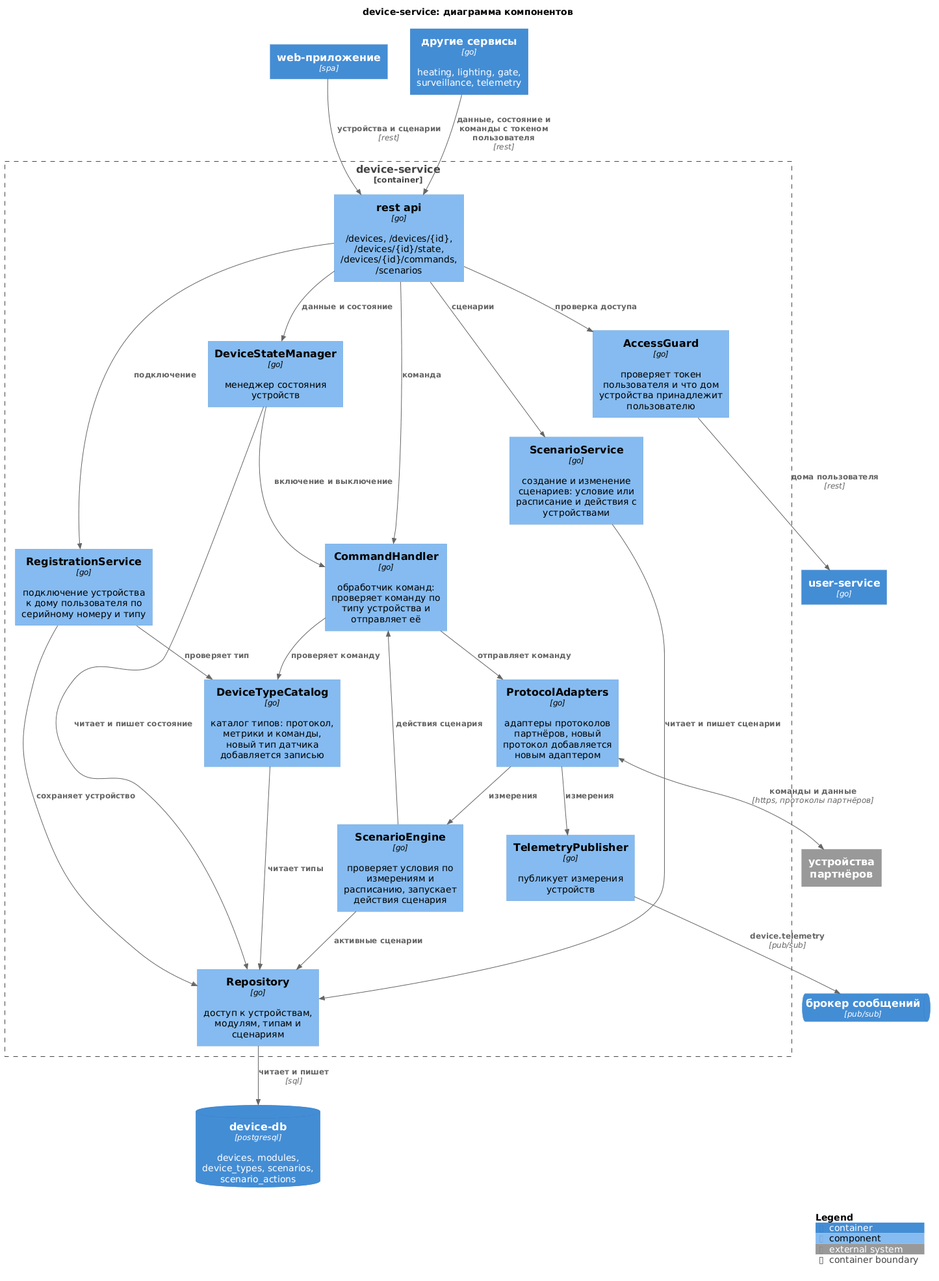
Earlier version of the PlantUML export diagrams/component/device-service.png (Murl1k/arch-sprint-1). The source it was exported from:
```plantuml
@startuml device-service
!include https://raw.githubusercontent.com/plantuml-stdlib/C4-PlantUML/v2.14.0/C4_Component.puml

title device-service: диаграмма компонентов

Container(web, "web-приложение", "spa")
Container(other_svcs, "другие сервисы", "go", "heating, lighting, gate, surveillance, telemetry")
Container(user_svc, "user-service", "go")
System_Ext(devices, "устройства партнёров")
ContainerQueue(broker, "брокер сообщений", "pub/sub")
ContainerDb(db, "device-db", "postgresql", "devices, modules, device_types, scenarios, scenario_actions")

Container_Boundary(svc, "device-service") {
    Component(api, "rest api", "go", "/devices, /devices/{id}, /devices/{id}/state, /devices/{id}/commands, /scenarios")
    Component(access, "AccessGuard", "go", "проверяет токен пользователя и что дом устройства принадлежит пользователю")
    Component(registration, "RegistrationService", "go", "подключение устройства к дому пользователя по серийному номеру и типу")
    Component(catalog, "DeviceTypeCatalog", "go", "каталог типов: протокол, метрики и команды, новый тип датчика добавляется записью")
    Component(commands, "CommandHandler", "go", "обработчик команд: проверяет команду по типу устройства и отправляет её")
    Component(state, "DeviceStateManager", "go", "менеджер состояния устройств")
    Component(scenarios, "ScenarioService", "go", "создание и изменение сценариев: условие или расписание и действия с устройствами")
    Component(engine, "ScenarioEngine", "go", "проверяет условия по измерениям и расписанию, запускает действия сценария")
    Component(adapters, "ProtocolAdapters", "go", "адаптеры протоколов партнёров, новый протокол добавляется новым адаптером")
    Component(telemetry, "TelemetryPublisher", "go", "публикует измерения устройств")
    Component(repo, "Repository", "go", "доступ к устройствам, модулям, типам и сценариям")
}

Rel(web, api, "устройства и сценарии", "rest")
Rel(other_svcs, api, "данные, состояние и команды с токеном пользователя", "rest")
Rel(api, access, "проверка доступа")
Rel(access, user_svc, "дома пользователя", "rest")
Rel(api, registration, "подключение")
Rel(api, state, "данные и состояние")
Rel(api, commands, "команда")
Rel(api, scenarios, "сценарии")
Rel(registration, catalog, "проверяет тип")
Rel(state, commands, "включение и выключение")
Rel(commands, catalog, "проверяет команду")
Rel(commands, adapters, "отправляет команду")
BiRel(adapters, devices, "команды и данные", "https, протоколы партнёров")
Rel(adapters, telemetry, "измерения")
Rel(adapters, engine, "измерения")
Rel(engine, commands, "действия сценария")
Rel(telemetry, broker, "device.telemetry", "pub/sub")
Rel(registration, repo, "сохраняет устройство")
Rel(catalog, repo, "читает типы")
Rel(state, repo, "читает и пишет состояние")
Rel(scenarios, repo, "читает и пишет сценарии")
Rel(engine, repo, "активные сценарии")
Rel(repo, db, "читает и пишет", "sql")

SHOW_LEGEND()
@enduml
```
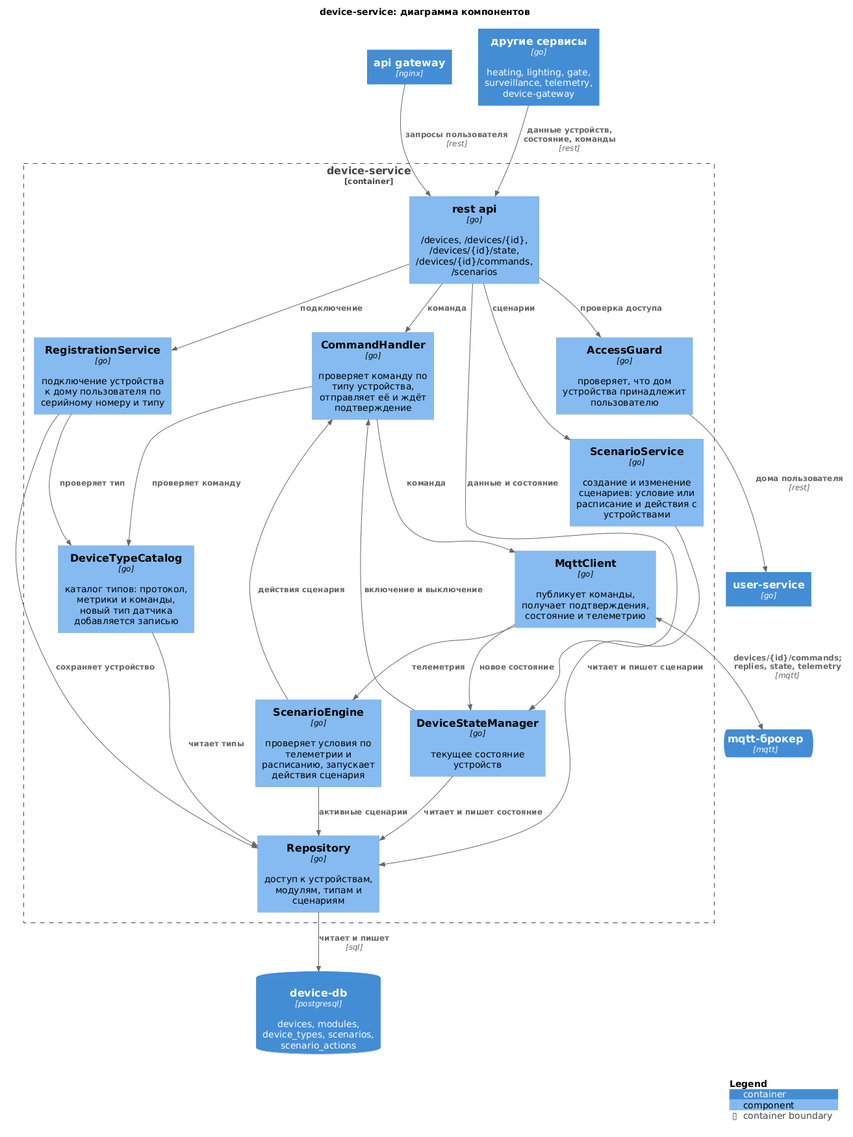
The same file after the commit.

Diff of the diagram source:
```diff
@@ -3,29 +3,27 @@
 
 title device-service: диаграмма компонентов
 
-Container(web, "web-приложение", "spa")
-Container(other_svcs, "другие сервисы", "go", "heating, lighting, gate, surveillance, telemetry")
+Container(api_gw, "api gateway", "nginx")
+Container(other_svcs, "другие сервисы", "go", "heating, lighting, gate, surveillance, telemetry, device-gateway")
 Container(user_svc, "user-service", "go")
-System_Ext(devices, "устройства партнёров")
-ContainerQueue(broker, "брокер сообщений", "pub/sub")
+ContainerQueue(mqtt, "mqtt-брокер", "mqtt")
 ContainerDb(db, "device-db", "postgresql", "devices, modules, device_types, scenarios, scenario_actions")
 
 Container_Boundary(svc, "device-service") {
     Component(api, "rest api", "go", "/devices, /devices/{id}, /devices/{id}/state, /devices/{id}/commands, /scenarios")
-    Component(access, "AccessGuard", "go", "проверяет токен пользователя и что дом устройства принадлежит пользователю")
+    Component(access, "AccessGuard", "go", "проверяет, что дом устройства принадлежит пользователю")
     Component(registration, "RegistrationService", "go", "подключение устройства к дому пользователя по серийному номеру и типу")
     Component(catalog, "DeviceTypeCatalog", "go", "каталог типов: протокол, метрики и команды, новый тип датчика добавляется записью")
-    Component(commands, "CommandHandler", "go", "обработчик команд: проверяет команду по типу устройства и отправляет её")
-    Component(state, "DeviceStateManager", "go", "менеджер состояния устройств")
+    Component(commands, "CommandHandler", "go", "проверяет команду по типу устройства, отправляет её и ждёт подтверждение")
+    Component(state, "DeviceStateManager", "go", "текущее состояние устройств")
     Component(scenarios, "ScenarioService", "go", "создание и изменение сценариев: условие или расписание и действия с устройствами")
-    Component(engine, "ScenarioEngine", "go", "проверяет условия по измерениям и расписанию, запускает действия сценария")
-    Component(adapters, "ProtocolAdapters", "go", "адаптеры протоколов партнёров, новый протокол добавляется новым адаптером")
-    Component(telemetry, "TelemetryPublisher", "go", "публикует измерения устройств")
+    Component(engine, "ScenarioEngine", "go", "проверяет условия по телеметрии и расписанию, запускает действия сценария")
+    Component(mqtt_client, "MqttClient", "go", "публикует команды, получает подтверждения, состояние и телеметрию")
     Component(repo, "Repository", "go", "доступ к устройствам, модулям, типам и сценариям")
 }
 
-Rel(web, api, "устройства и сценарии", "rest")
-Rel(other_svcs, api, "данные, состояние и команды с токеном пользователя", "rest")
+Rel(api_gw, api, "запросы пользователя", "rest")
+Rel(other_svcs, api, "данные устройств, состояние, команды", "rest")
 Rel(api, access, "проверка доступа")
 Rel(access, user_svc, "дома пользователя", "rest")
 Rel(api, registration, "подключение")
@@ -35,12 +33,11 @@
 Rel(registration, catalog, "проверяет тип")
 Rel(state, commands, "включение и выключение")
 Rel(commands, catalog, "проверяет команду")
-Rel(commands, adapters, "отправляет команду")
-BiRel(adapters, devices, "команды и данные", "https, протоколы партнёров")
-Rel(adapters, telemetry, "измерения")
-Rel(adapters, engine, "измерения")
+Rel(commands, mqtt_client, "команда")
+BiRel(mqtt_client, mqtt, "devices/{id}/commands; replies, state, telemetry", "mqtt")
+Rel(mqtt_client, state, "новое состояние")
+Rel(mqtt_client, engine, "телеметрия")
 Rel(engine, commands, "действия сценария")
-Rel(telemetry, broker, "device.telemetry", "pub/sub")
 Rel(registration, repo, "сохраняет устройство")
 Rel(catalog, repo, "читает типы")
 Rel(state, repo, "читает и пишет состояние")
```
